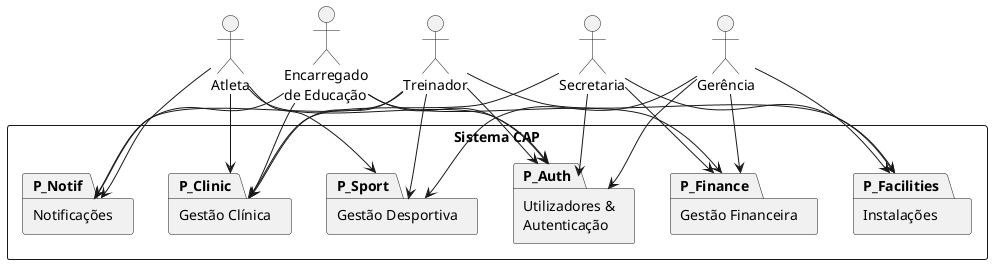
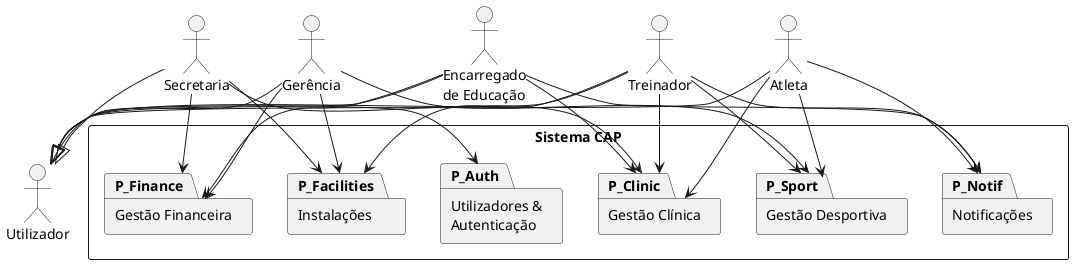
@startuml

+ actor "Utilizador"               as User
actor "Atleta"                   as Athlete
actor "Encarregado\nde Educação" as Parent
actor "Treinador"                as Coach
actor "Secretaria"               as Secretary
actor "Gerência"                 as Management
+ 
+ Athlete    --|> User
+ Parent     --|> User
+ Coach      --|> User
+ Secretary  --|> User
+ Management --|> User

rectangle "Sistema CAP" {
    package "Utilizadores &\nAutenticação" as P_Auth
    package "Gestão Desportiva"            as P_Sport
    package "Gestão Clínica"              as P_Clinic
    package "Gestão Financeira"           as P_Finance
    package "Instalações"                  as P_Facilities
    package "Notificações"                 as P_Notif
}

- Athlete    --> P_Auth
+ User       --> P_Auth
+ 
Athlete    --> P_Sport
Athlete    --> P_Clinic
Athlete    --> P_Notif

- Parent     --> P_Auth
Parent     --> P_Clinic
Parent     --> P_Finance
Parent     --> P_Notif

- Coach      --> P_Auth
Coach      --> P_Sport
Coach      --> P_Clinic
Coach      --> P_Facilities
Coach      --> P_Notif

- Secretary  --> P_Auth
Secretary  --> P_Clinic
Secretary  --> P_Finance
Secretary  --> P_Facilities

- Management --> P_Auth
Management --> P_Finance
Management --> P_Facilities
Management --> P_Sport

@enduml
